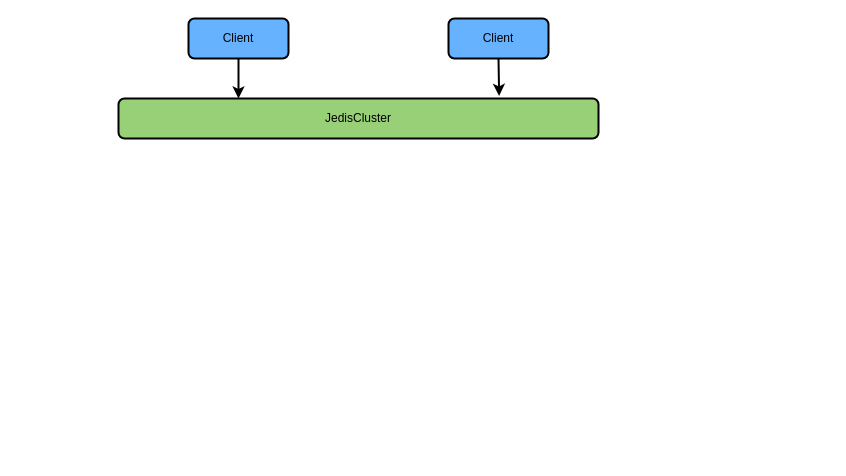
Earlier version of the draw.io diagram page "高可用架构" (6 of 6) of redis/Redis.drawio (LiHuiBin1995/study-java). Source tidied: cells renumbered, new cells numbered last; positions are measured from the earlier drawing's top-left corner, leaving out a move shared by most shapes. Both pictures are drawn from the tidied source at 100%, with x=0, y=0 at pixel (118, 18).
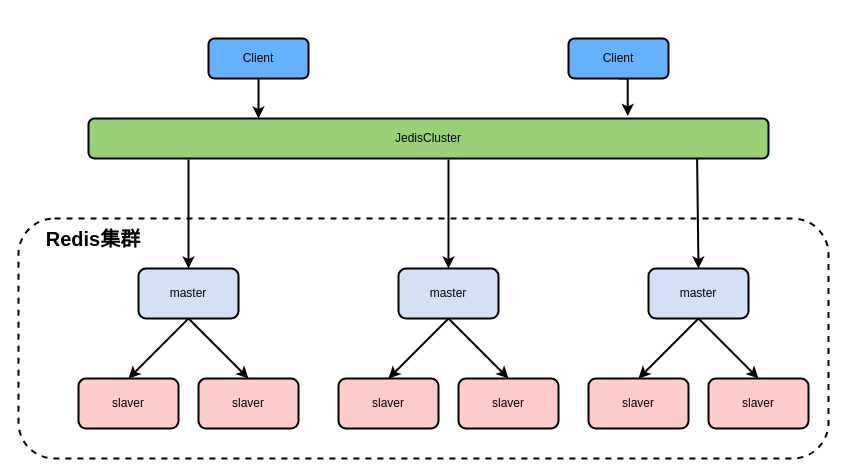
Above is the later version.

The edit, as a diff of the source:
```diff
@@
     <mxCell id="3" value="Client" style="rounded=1;whiteSpace=wrap;html=1;strokeWidth=2;fillColor=#66B2FF;" parent="1" vertex="1">
-      <mxGeometry x="70" width="100" height="40" as="geometry" />
+      <mxGeometry x="90" y="20" width="100" height="40" as="geometry" />
     </mxCell>
@@
     <mxCell id="5" value="Client" style="rounded=1;whiteSpace=wrap;html=1;strokeWidth=2;fillColor=#66B2FF;" parent="1" vertex="1">
-      <mxGeometry x="330" width="100" height="40" as="geometry" />
+      <mxGeometry x="450" y="20" width="100" height="40" as="geometry" />
     </mxCell>
     <mxCell id="6" value="JedisCluster" style="rounded=1;whiteSpace=wrap;html=1;strokeWidth=2;fillColor=#97D077;" parent="1" vertex="1">
-      <mxGeometry y="80" width="480" height="40" as="geometry" />
+      <mxGeometry x="-30" y="100" width="680" height="40" as="geometry" />
     </mxCell>
+    <mxCell id="7" style="rounded=1;whiteSpace=wrap;html=1;strokeWidth=2;fillColor=#FFFFFF;dashed=1;" parent="1" vertex="1">
+      <mxGeometry x="-100" y="200" width="810" height="240" as="geometry" />
+    </mxCell>
+    <mxCell id="8" style="rounded=0;jettySize=auto;html=1;exitX=0.5;exitY=1;exitDx=0;exitDy=0;startArrow=none;startFill=0;strokeWidth=2;entryX=0.5;entryY=0;entryDx=0;entryDy=0;" parent="1" edge="1" source="10" target="11">
+      <mxGeometry relative="1" as="geometry" />
+    </mxCell>
+    <mxCell id="9" style="edgeStyle=none;rounded=0;jettySize=auto;html=1;exitX=0.5;exitY=1;exitDx=0;exitDy=0;entryX=0.5;entryY=0;entryDx=0;entryDy=0;startArrow=none;startFill=0;strokeWidth=2;" parent="1" edge="1" source="10" target="12">
+      <mxGeometry relative="1" as="geometry" />
+    </mxCell>
+    <mxCell id="10" value="master" style="rounded=1;whiteSpace=wrap;html=1;strokeWidth=2;fillColor=#D4E1F5;" parent="1" vertex="1">
+      <mxGeometry x="20" y="250" width="100" height="50" as="geometry" />
+    </mxCell>
+    <mxCell id="11" value="slaver" style="rounded=1;whiteSpace=wrap;html=1;strokeWidth=2;fillColor=#FFCCCC;" parent="1" vertex="1">
+      <mxGeometry x="-40" y="360" width="100" height="50" as="geometry" />
+    </mxCell>
+    <mxCell id="12" value="slaver" style="rounded=1;whiteSpace=wrap;html=1;strokeWidth=2;fillColor=#FFCCCC;" parent="1" vertex="1">
+      <mxGeometry x="80" y="360" width="100" height="50" as="geometry" />
+    </mxCell>
+    <mxCell id="13" style="rounded=0;jettySize=auto;html=1;exitX=0.5;exitY=1;exitDx=0;exitDy=0;startArrow=none;startFill=0;strokeWidth=2;entryX=0.5;entryY=0;entryDx=0;entryDy=0;" parent="1" edge="1" source="15" target="16">
+      <mxGeometry relative="1" as="geometry" />
+    </mxCell>
+    <mxCell id="14" style="edgeStyle=none;rounded=0;jettySize=auto;html=1;exitX=0.5;exitY=1;exitDx=0;exitDy=0;entryX=0.5;entryY=0;entryDx=0;entryDy=0;startArrow=none;startFill=0;strokeWidth=2;" parent="1" edge="1" source="15" target="17">
+      <mxGeometry relative="1" as="geometry" />
+    </mxCell>
+    <mxCell id="15" value="master" style="rounded=1;whiteSpace=wrap;html=1;strokeWidth=2;fillColor=#D4E1F5;" parent="1" vertex="1">
+      <mxGeometry x="280" y="250" width="100" height="50" as="geometry" />
+    </mxCell>
+    <mxCell id="16" value="slaver" style="rounded=1;whiteSpace=wrap;html=1;strokeWidth=2;fillColor=#FFCCCC;" parent="1" vertex="1">
+      <mxGeometry x="220" y="360" width="100" height="50" as="geometry" />
+    </mxCell>
+    <mxCell id="17" value="slaver" style="rounded=1;whiteSpace=wrap;html=1;strokeWidth=2;fillColor=#FFCCCC;" parent="1" vertex="1">
+      <mxGeometry x="340" y="360" width="100" height="50" as="geometry" />
+    </mxCell>
+    <mxCell id="18" style="rounded=0;jettySize=auto;html=1;exitX=0.5;exitY=1;exitDx=0;exitDy=0;startArrow=none;startFill=0;strokeWidth=2;entryX=0.5;entryY=0;entryDx=0;entryDy=0;" parent="1" edge="1" source="20" target="21">
+      <mxGeometry relative="1" as="geometry" />
+    </mxCell>
+    <mxCell id="19" style="edgeStyle=none;rounded=0;jettySize=auto;html=1;exitX=0.5;exitY=1;exitDx=0;exitDy=0;entryX=0.5;entryY=0;entryDx=0;entryDy=0;startArrow=none;startFill=0;strokeWidth=2;" parent="1" edge="1" source="20" target="22">
+      <mxGeometry relative="1" as="geometry" />
+    </mxCell>
+    <mxCell id="20" value="master" style="rounded=1;whiteSpace=wrap;html=1;strokeWidth=2;fillColor=#D4E1F5;" parent="1" vertex="1">
+      <mxGeometry x="530" y="250" width="100" height="50" as="geometry" />
+    </mxCell>
+    <mxCell id="21" value="slaver" style="rounded=1;whiteSpace=wrap;html=1;strokeWidth=2;fillColor=#FFCCCC;" parent="1" vertex="1">
+      <mxGeometry x="470" y="360" width="100" height="50" as="geometry" />
+    </mxCell>
+    <mxCell id="22" value="slaver" style="rounded=1;whiteSpace=wrap;html=1;strokeWidth=2;fillColor=#FFCCCC;" parent="1" vertex="1">
+      <mxGeometry x="590" y="360" width="100" height="50" as="geometry" />
+    </mxCell>
+    <mxCell id="23" value="&lt;b&gt;&lt;font style=&quot;font-size: 20px&quot;&gt;Redis集群&lt;/font&gt;&lt;/b&gt;" style="text;html=1;strokeColor=none;fillColor=none;align=center;verticalAlign=middle;whiteSpace=wrap;rounded=0;" parent="1" vertex="1">
+      <mxGeometry x="-90" y="210" width="130" height="20" as="geometry" />
+    </mxCell>
+    <mxCell id="24" style="endArrow=classic;html=1;strokeWidth=2;entryX=0.5;entryY=0;entryDx=0;entryDy=0;" parent="1" edge="1" target="10">
+      <mxGeometry relative="1" as="geometry">
+        <mxPoint x="70" y="141" as="sourcePoint" />
+      </mxGeometry>
+    </mxCell>
+    <mxCell id="25" style="endArrow=classic;html=1;strokeWidth=2;entryX=0.5;entryY=0;entryDx=0;entryDy=0;" parent="1" edge="1" target="15">
+      <mxGeometry relative="1" as="geometry">
+        <mxPoint x="330" y="141" as="sourcePoint" />
+      </mxGeometry>
+    </mxCell>
+    <mxCell id="26" style="endArrow=classic;html=1;strokeWidth=2;entryX=0.5;entryY=0;entryDx=0;entryDy=0;exitX=0.895;exitY=0.987;exitDx=0;exitDy=0;exitPerimeter=0;" parent="1" edge="1" source="6" target="20">
+      <mxGeometry relative="1" as="geometry" />
+    </mxCell>
```
